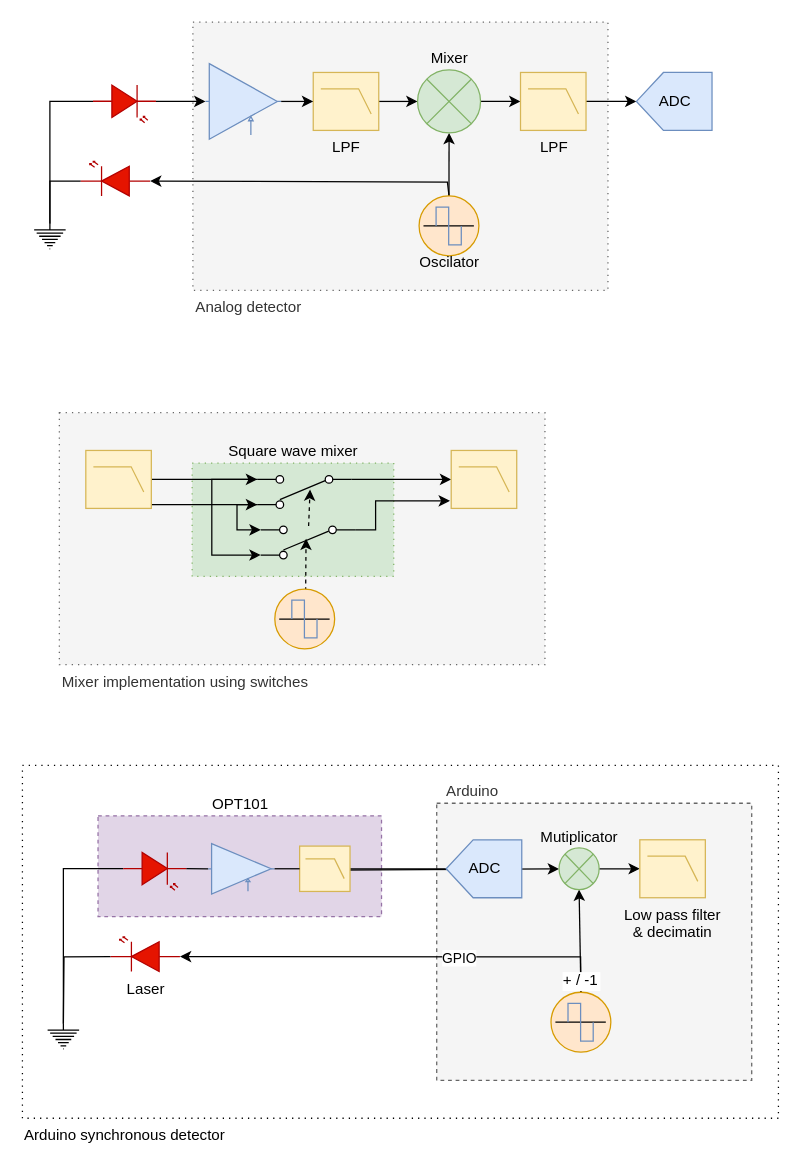
This is page "Concepts" (2 of 3) of specs/lockin_detector.drawio from Rune75/Arduino_Synchronous_Detector, a draw.io file, before an edit. Source tidied: cells renumbered, new cells numbered last; positions are measured from the earlier drawing's top-left corner, leaving out a move shared by most shapes. Both pictures are drawn from the tidied source at 126%, with x=0, y=0 at pixel (21, 21).
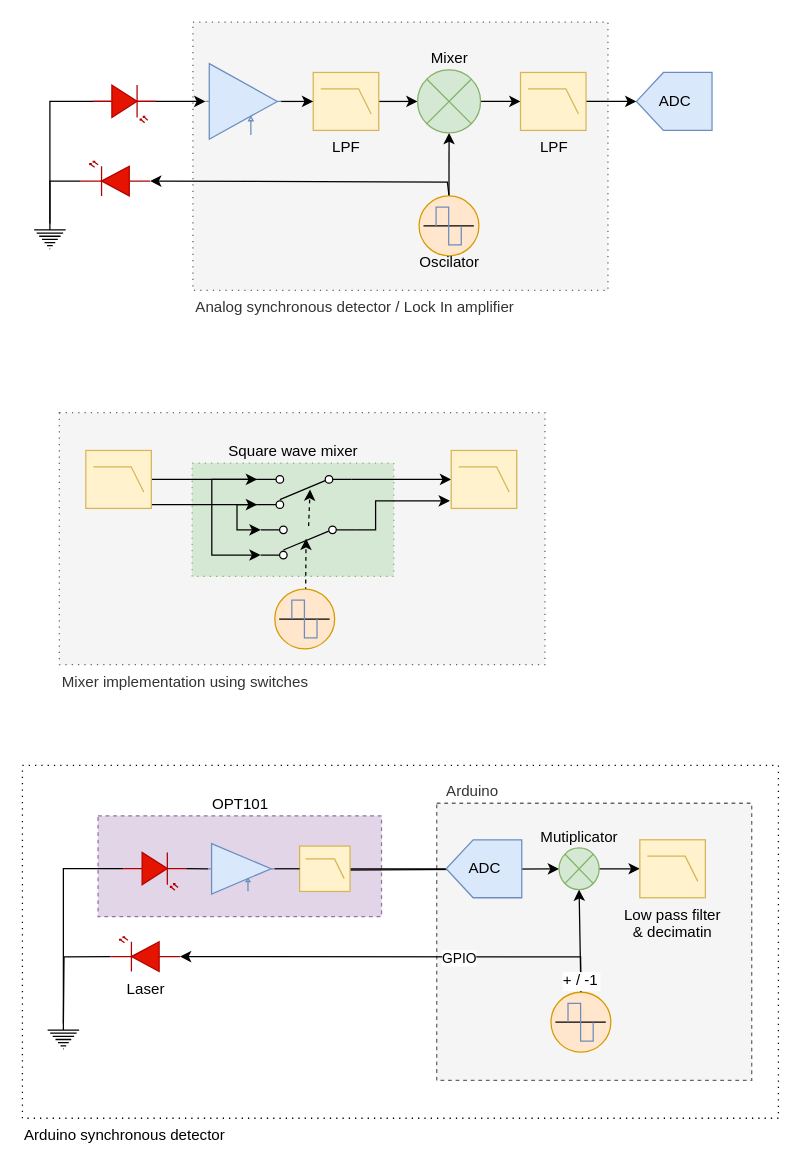
Above is the later version.

Commit message (it also covers changes not shown here):
uppdated drawing

Change to the diagram source:
```diff
@@
-    <mxCell id="4" value="Analog detector" style="verticalLabelPosition=bottom;verticalAlign=top;html=1;shape=mxgraph.basic.rect;fillColor2=none;strokeWidth=1;size=20;indent=5;dashed=1;align=left;labelPosition=center;dashPattern=1 4;fillColor=#f5f5f5;strokeColor=#666666;fontColor=#333333;" parent="1" vertex="1">
+    <mxCell id="4" value="Analog synchronous detector / Lock In amplifier" style="verticalLabelPosition=bottom;verticalAlign=top;html=1;shape=mxgraph.basic.rect;fillColor2=none;strokeWidth=1;size=20;indent=5;dashed=1;align=left;labelPosition=center;dashPattern=1 4;fillColor=#f5f5f5;strokeColor=#666666;fontColor=#333333;" parent="1" vertex="1">
       <mxGeometry x="135.6" width="329.4" height="213" as="geometry" />
     </mxCell>
```
